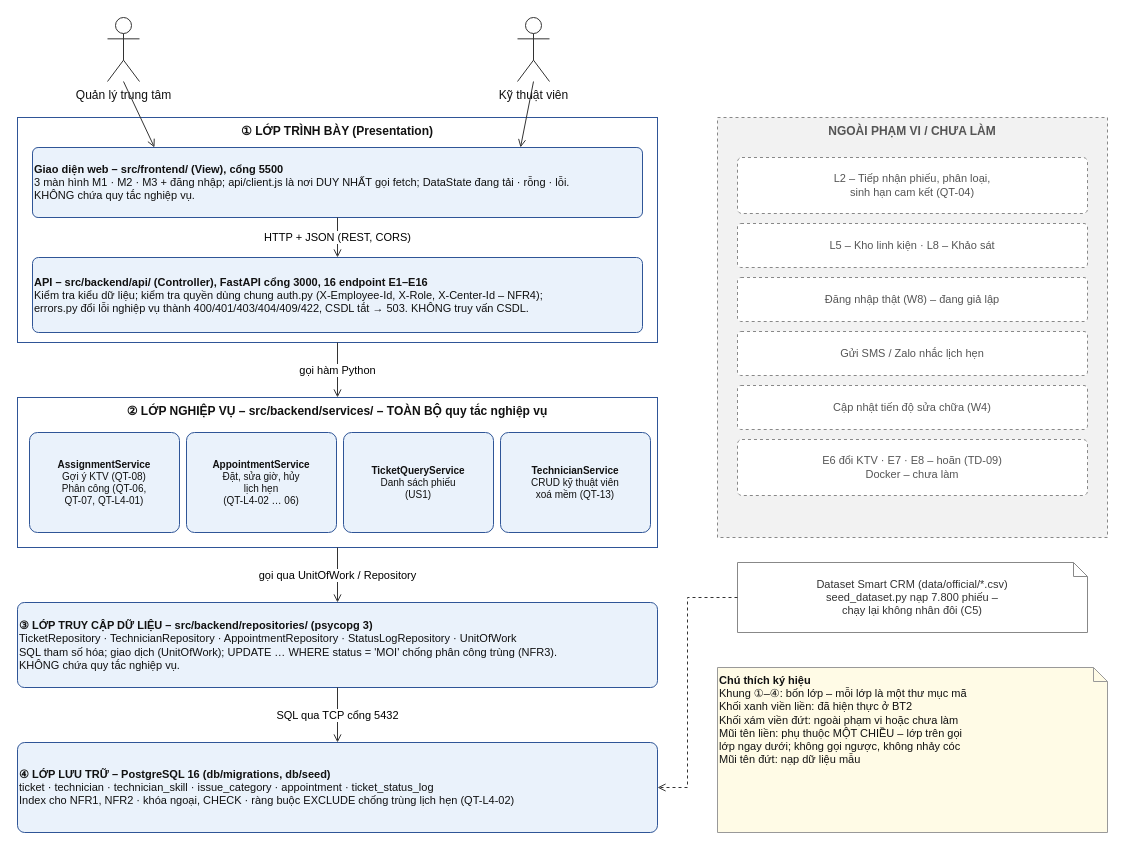
The draw.io diagram docs/architecture.drawio in Thaiduc2374802010117/smartcrm-2374802010117-technician-assignment, before the edit. Source tidied: cells renumbered, new cells numbered last; positions are measured from the earlier drawing's top-left corner, leaving out a move shared by most shapes. Both pictures are drawn from the tidied source at 100%, with x=0, y=0 at pixel (17, 17).
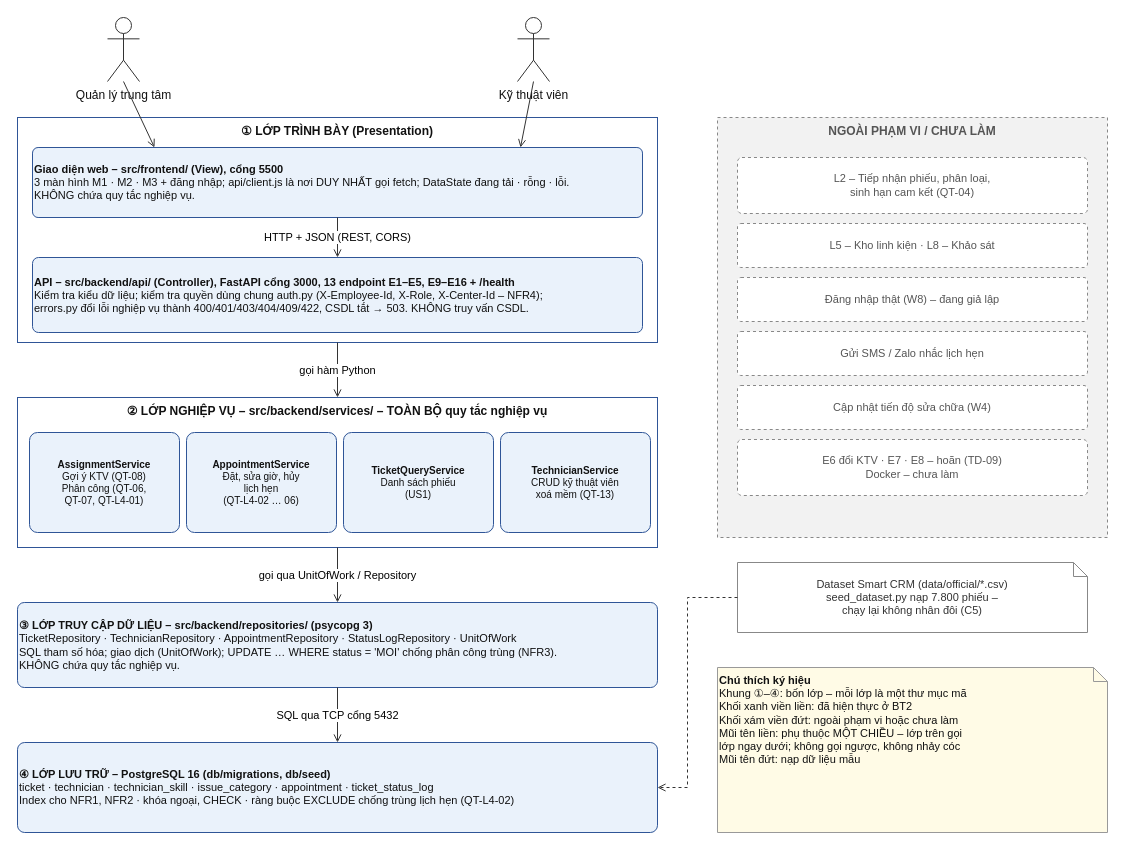
The same diagram, later.

Change to the diagram source:
```diff
@@
-    <mxCell id="6" value="&lt;b&gt;API – src/backend/api/ (Controller), FastAPI cổng 3000, 16 endpoint E1–E16&lt;/b&gt;&lt;br&gt;Kiểm tra kiểu dữ liệu; kiểm tra quyền dùng chung auth.py (X-Employee-Id, X-Role, X-Center-Id – NFR4);&lt;br&gt;errors.py đổi lỗi nghiệp vụ thành 400/401/403/404/409/422, CSDL tắt → 503. KHÔNG truy vấn CSDL." style="rounded=1;arcSize=8;whiteSpace=wrap;html=1;fillColor=#EAF2FB;strokeColor=#2F5597;fontSize=11;fontColor=#111111;align=left;verticalAlign=middle;" parent="1" vertex="1">
+    <mxCell id="6" value="&lt;b&gt;API – src/backend/api/ (Controller), FastAPI cổng 3000, 13 endpoint E1–E5, E9–E16 + /health&lt;/b&gt;&lt;br&gt;Kiểm tra kiểu dữ liệu; kiểm tra quyền dùng chung auth.py (X-Employee-Id, X-Role, X-Center-Id – NFR4);&lt;br&gt;errors.py đổi lỗi nghiệp vụ thành 400/401/403/404/409/422, CSDL tắt → 503. KHÔNG truy vấn CSDL." style="rounded=1;arcSize=8;whiteSpace=wrap;html=1;fillColor=#EAF2FB;strokeColor=#2F5597;fontSize=11;fontColor=#111111;align=left;verticalAlign=middle;" parent="1" vertex="1">
       <mxGeometry x="15" y="240" width="610" height="75" as="geometry" />
     </mxCell>
```
